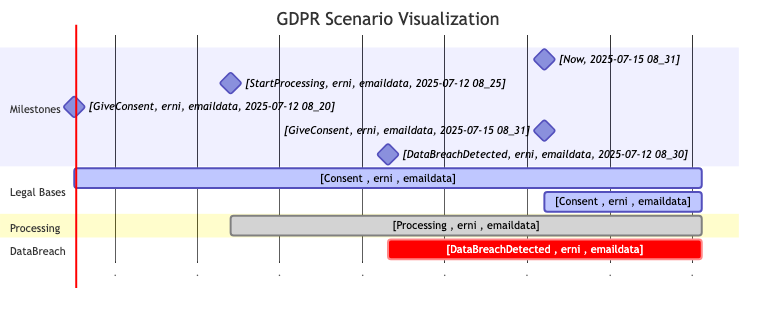
Above: gdpr/report/MC_DeadlineViolation.png in Prof-it/formal-verification (Mermaid), before the change. Its source is kept beside it as gdpr/report/MC_DeadlineViolation.mmd.
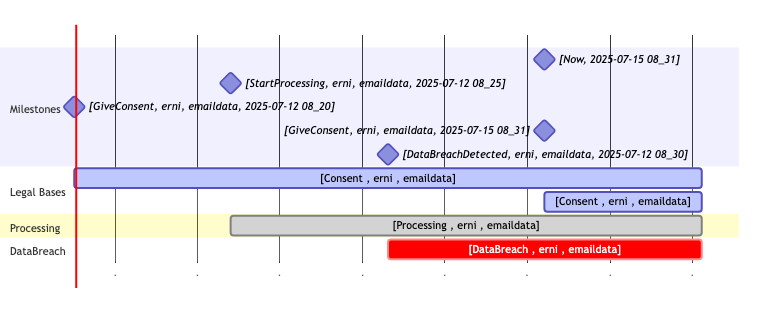
The same diagram one commit later.

Change to the diagram source:
```diff
@@ -1,21 +1,20 @@
 gantt
     dateFormat  YYYY-MM-DD HH:mm
 axisFormat .
-    title GDPR Scenario Visualization
 
     section Milestones
         [Now, 2025-07-15 08_31] :milestone, ct, 2310-10-25 12:55, 0d
-    [StartProcessing, erni, emaildata, 2025-07-12 08_25] :milestone, ms1, 2120-08-16 01:51, 0d
-    [GiveConsent, erni, emaildata, 2025-07-12 08_20] :milestone, ms2, 2025-07-12 08:20, 0d
-    [GiveConsent, erni, emaildata, 2025-07-15 08_31] :milestone, ms3, 2310-10-25 12:55, 0d
-    [DataBreachDetected, erni, emaildata, 2025-07-12 08_30] :milestone, ms4, 2215-09-20 19:23, 0d
+    [StartProcessing, erni, emaildata, 2025-07-12 08_25] :milestone, id1, 2120-08-16 01:51, 0d
+    [GiveConsent, erni, emaildata, 2025-07-12 08_20] :milestone, id2, 2025-07-12 08:20, 0d
+    [GiveConsent, erni, emaildata, 2025-07-15 08_31] :milestone, id3, 2310-10-25 12:55, 0d
+    [DataBreachDetected, erni, emaildata, 2025-07-12 08_30] :milestone, id4, 2215-09-20 19:23, 0d
 
     section Legal Bases
-    [Consent , erni , emaildata] :active, lb1, 2025-07-12 08:20, 2405-11-28 06:27
-    [Consent , erni , emaildata] :active, lb2, 2310-10-25 12:55, 2405-11-28 06:27
+    [Consent , erni , emaildata] :active, id5, 2025-07-12 08:20, 2405-11-28 06:27
+    [Consent , erni , emaildata] :active, id6, 2310-10-25 12:55, 2405-11-28 06:27
 
     section Processing
-    [Processing , erni , emaildata] :done, pr1, 2120-08-16 01:51, 2405-11-28 06:27
+    [Processing , erni , emaildata] :done, id7, 2120-08-16 01:51, 2405-11-28 06:27
 
     section DataBreach
-    [DataBreachDetected , erni , emaildata] :crit, db1, 2215-09-20 19:23, 2405-11-28 06:27
+    [DataBreach , erni , emaildata] :crit, id8, 2215-09-20 19:23, 2405-11-28 06:27
```
